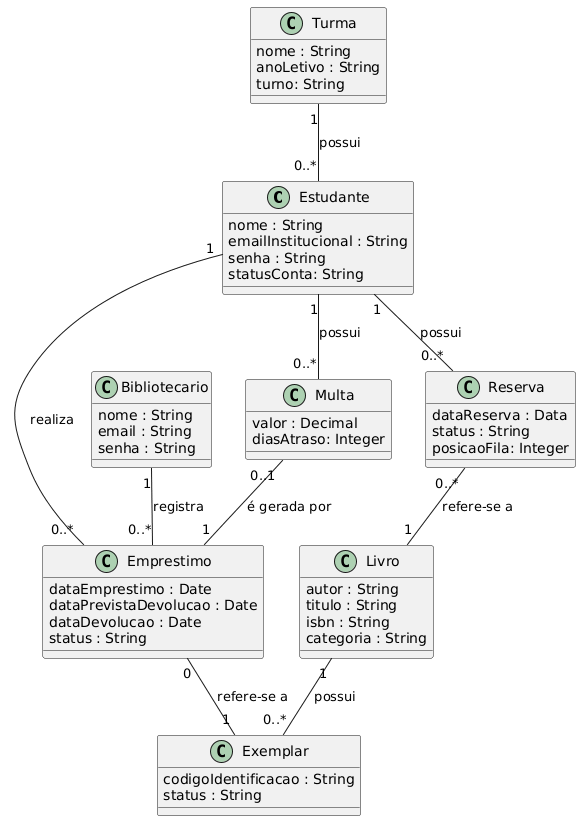
Before: docs/05-modelo-de-dominio.png, a diagram exported from PlantUML (GioLiesenfeld/Sistema-Biblioteca).
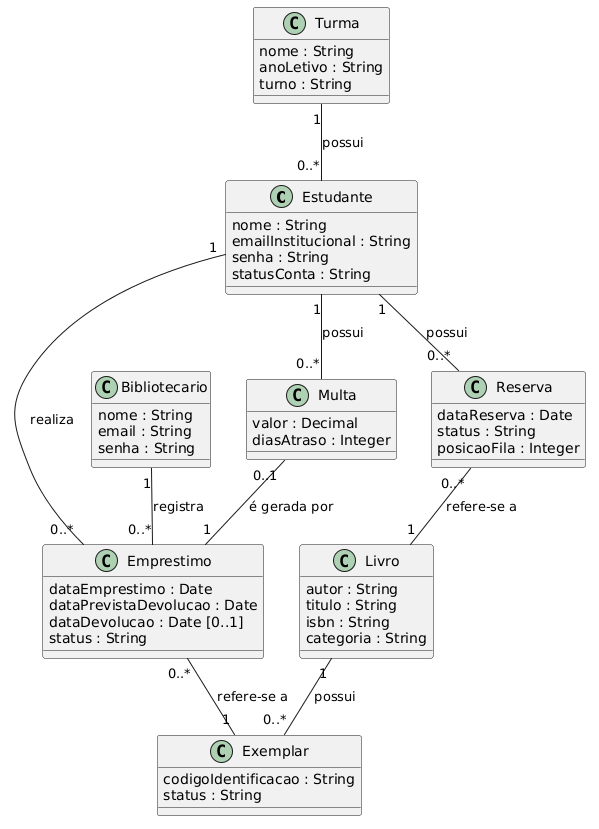
The same diagram one commit later.

Commit message:
docs: atualiza diagramas da versao funcional

Diff of the diagram source:
```diff
@@ -1,55 +1,69 @@
 @startuml
-class Estudante{
-nome : String
-emailInstitucional : String
-senha : String
-statusConta: String
+class Estudante {
+    nome : String
+    emailInstitucional : String
+    senha : String
+    statusConta : String
 }
-class Turma{
-nome : String
-anoLetivo : String
-turno: String
+
+class Turma {
+    nome : String
+    anoLetivo : String
+    turno : String
 }
-class Bibliotecario{
-nome : String
-email : String
-senha : String
+
+class Bibliotecario {
+    nome : String
+    email : String
+    senha : String
 }
-class Livro{
-autor : String
-titulo : String
-isbn : String
-categoria : String
+
+class Livro {
+    autor : String
+    titulo : String
+    isbn : String
+    categoria : String
 }
-class Exemplar{
-codigoIdentificacao : String
-status : String
+
+class Exemplar {
+    codigoIdentificacao : String
+    status : String
 }
-class Emprestimo{
-dataEmprestimo : Date
-dataPrevistaDevolucao : Date
-dataDevolucao : Date
-status : String
+
+class Emprestimo {
+    dataEmprestimo : Date
+    dataPrevistaDevolucao : Date
+    dataDevolucao : Date [0..1]
+    status : String
 }
-class Reserva{
-dataReserva : Data
-status : String
-posicaoFila: Integer
+
+class Reserva {
+    dataReserva : Date
+    status : String
+    posicaoFila : Integer
 }
-class Multa{
-valor : Decimal
-diasAtraso: Integer
 
+class Multa {
+    valor : Decimal
+    diasAtraso : Integer
 }
 
 
 Turma "1" -- "0..*" Estudante : possui
+
 Livro "1" -- "0..*" Exemplar : possui
+
 Estudante "1" -- "0..*" Emprestimo : realiza
-Emprestimo "0" -- "1" Exemplar : refere-se a
+
+Emprestimo "0..*" -- "1" Exemplar : refere-se a
+
 Estudante "1" -- "0..*" Reserva : possui
+
 Reserva "0..*" -- "1" Livro : refere-se a
+
 Estudante "1" -- "0..*" Multa : possui
+
 Multa "0..1" -- "1" Emprestimo : é gerada por
+
 Bibliotecario "1" -- "0..*" Emprestimo : registra
 @enduml
```
